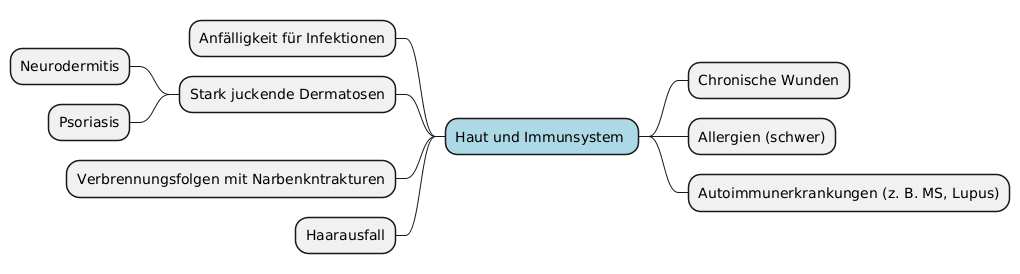
Earlier version of the PlantUML export mindmap/generated/physical-subcategories/mindmap-physical-haut-und-immunsystem.png (marcgauch/Masterarbeit-Daten).
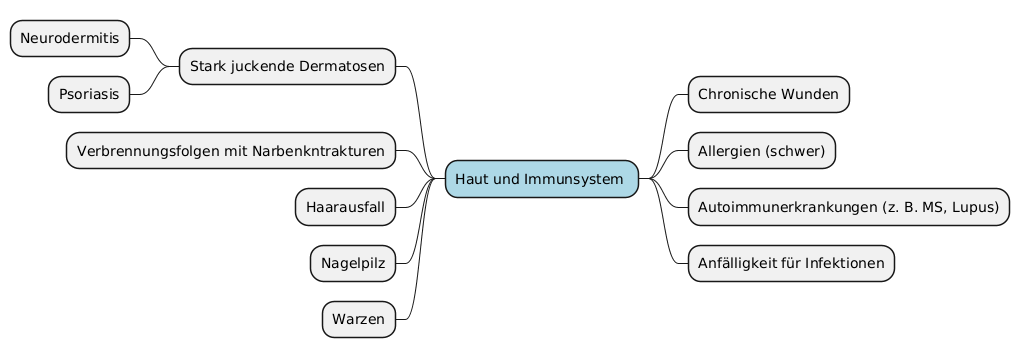
Later version of the same file.

Commit message:
ADDED: Mindmap warzen und nagelpilz

Diff of the diagram source:
```diff
@@ -11,11 +11,13 @@
 	* Chronische Wunden
 	* Allergien (schwer)
 	* Autoimmunerkrankungen (z. B. MS, Lupus)
+	* Anfälligkeit für Infektionen
 left side
-	* Anfälligkeit für Infektionen
 	* Stark juckende Dermatosen
 		* Neurodermitis
 		* Psoriasis
 	* Verbrennungsfolgen mit Narbenkntrakturen
 	* Haarausfall
+	* Nagelpilz
+	* Warzen
 @endmindmap
```
